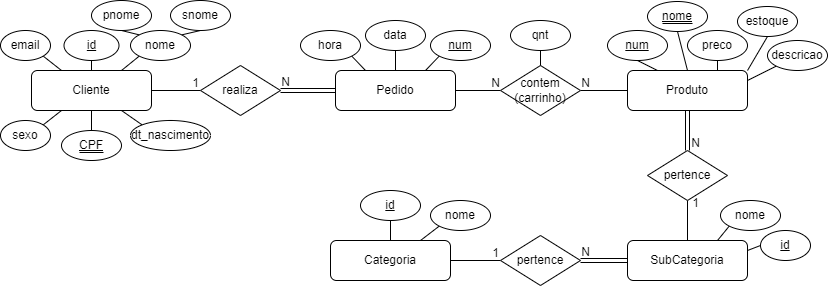
The draw.io diagram EntregaA/DER.png in gabryeleite/PetStation, before a commit. Source tidied: cells renumbered, new cells last; positions are measured from the earlier drawing's top-left corner, leaving out a move shared by most shapes.
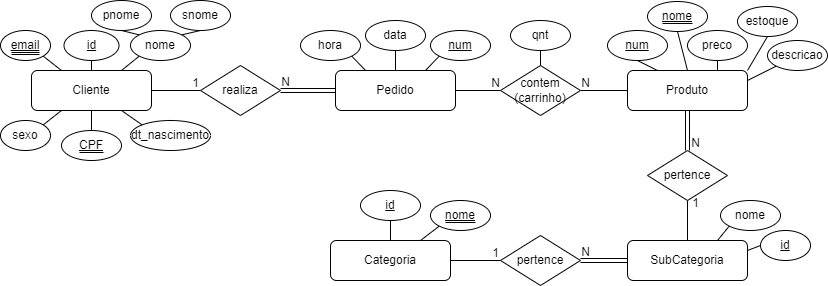
Above is the later version.

The edit, as a diff of the source:
```diff
@@ -65,7 +65,7 @@
     <mxCell id="22" style="rounded=0;jettySize=auto;html=1;exitX=0.855;exitY=0.855;exitDx=0;exitDy=0;exitPerimeter=0;entryX=0.25;entryY=0;entryDx=0;entryDy=0;endArrow=none;endFill=0;" parent="1" edge="1" source="23" target="15">
       <mxGeometry relative="1" as="geometry" />
     </mxCell>
-    <mxCell id="23" value="email" style="strokeWidth=1;html=1;shape=mxgraph.flowchart.start_1;whiteSpace=wrap;" parent="1" vertex="1">
+    <mxCell id="23" value="&lt;u&gt;email&lt;/u&gt;" style="strokeWidth=1;html=1;shape=mxgraph.flowchart.start_1;whiteSpace=wrap;" parent="1" vertex="1">
       <mxGeometry y="30" width="50" height="30" as="geometry" />
     </mxCell>
     <mxCell id="24" style="rounded=0;jettySize=auto;html=1;exitX=0.855;exitY=0.145;exitDx=0;exitDy=0;exitPerimeter=0;entryX=0.25;entryY=1;entryDx=0;entryDy=0;endArrow=none;endFill=0;" parent="1" edge="1" source="25" target="15">
@@ -152,7 +152,7 @@
     <mxCell id="51" value="nome" style="strokeWidth=1;html=1;shape=mxgraph.flowchart.start_1;whiteSpace=wrap;" parent="1" vertex="1">
       <mxGeometry x="720" y="200" width="60" height="30" as="geometry" />
     </mxCell>
-    <mxCell id="52" value="nome" style="strokeWidth=1;html=1;shape=mxgraph.flowchart.start_1;whiteSpace=wrap;" parent="1" vertex="1">
+    <mxCell id="52" value="&lt;u&gt;nome&lt;/u&gt;" style="strokeWidth=1;html=1;shape=mxgraph.flowchart.start_1;whiteSpace=wrap;" parent="1" vertex="1">
       <mxGeometry x="430" y="200" width="60" height="30" as="geometry" />
     </mxCell>
     <mxCell id="53" style="rounded=0;jettySize=auto;html=1;exitX=0.75;exitY=0;exitDx=0;exitDy=0;entryX=0.145;entryY=0.855;entryDx=0;entryDy=0;entryPerimeter=0;endArrow=none;endFill=0;" parent="1" edge="1" source="47" target="51">
@@ -215,5 +215,23 @@
         <mxPoint x="103" y="152" as="targetPoint" />
       </mxGeometry>
     </mxCell>
+    <mxCell id="71" style="endArrow=none;html=1;rounded=0;" parent="1" edge="1">
+      <mxGeometry relative="1" as="geometry">
+        <mxPoint x="445" y="222" as="sourcePoint" />
+        <mxPoint x="475" y="222" as="targetPoint" />
+      </mxGeometry>
+    </mxCell>
+    <mxCell id="72" style="endArrow=none;html=1;rounded=0;" parent="1" edge="1">
+      <mxGeometry relative="1" as="geometry">
+        <mxPoint x="11" y="54" as="sourcePoint" />
+        <mxPoint x="39" y="54" as="targetPoint" />
+      </mxGeometry>
+    </mxCell>
+    <mxCell id="73" style="endArrow=none;html=1;rounded=0;" parent="1" edge="1">
+      <mxGeometry relative="1" as="geometry">
+        <mxPoint x="11" y="52" as="sourcePoint" />
+        <mxPoint x="39" y="52" as="targetPoint" />
+      </mxGeometry>
+    </mxCell>
   </root>
 </mxGraphModel>
```
